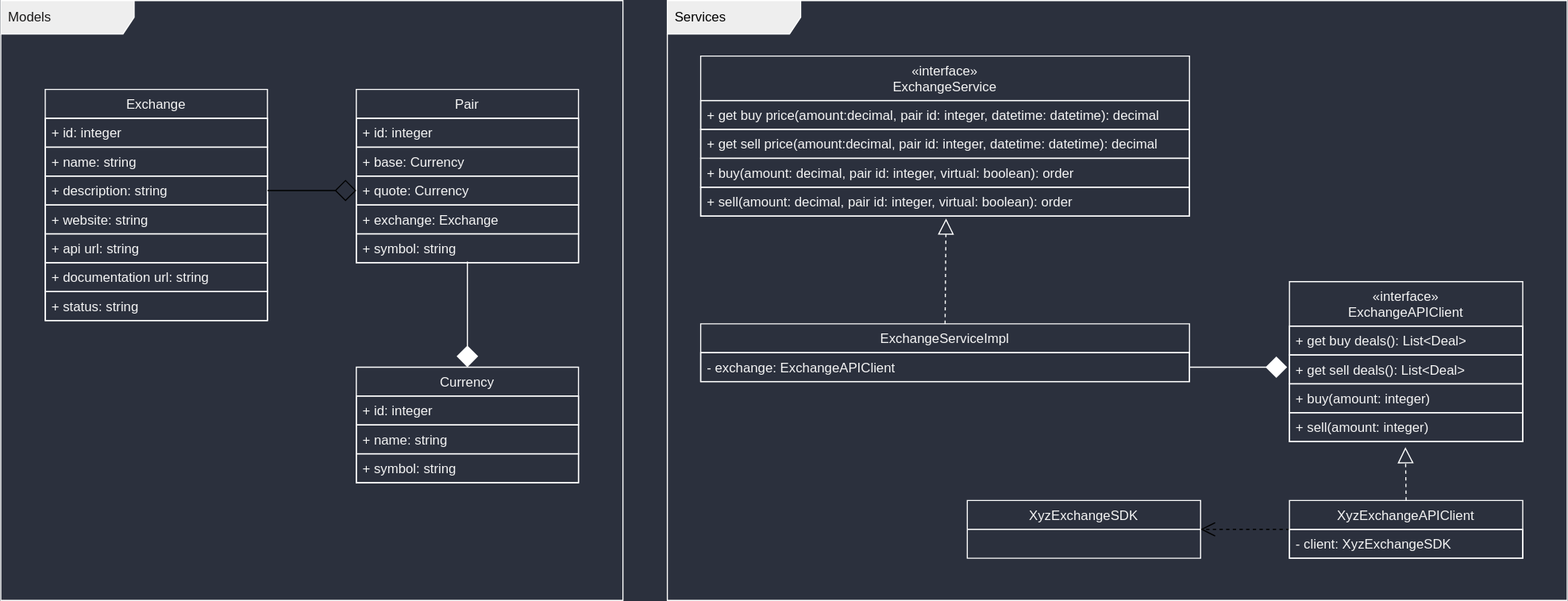
The draw.io diagram docs/design.drawio.svg in prudentical/exchange-service, before a commit. Source tidied: cells renumbered, new cells last; positions are measured from the earlier drawing's top-left corner, leaving out a move shared by most shapes.
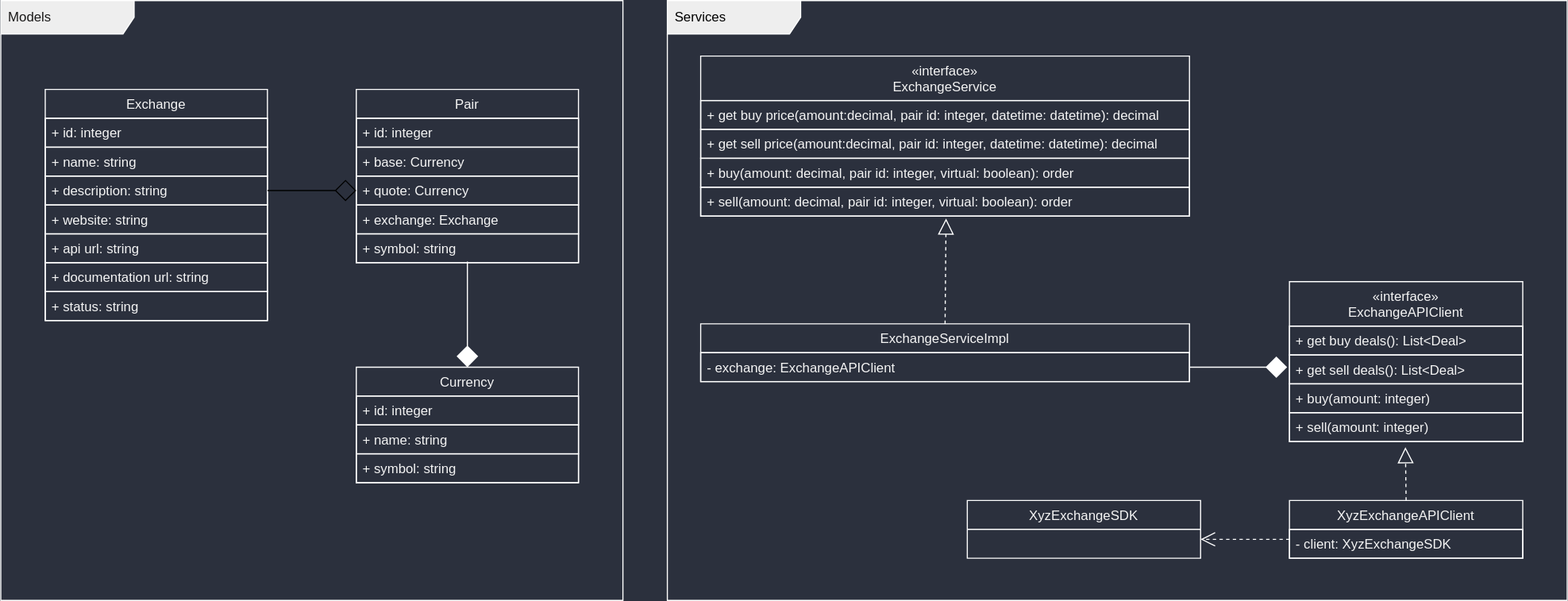
The same file after the commit.

Commit message:
Minor fix in design diagram

What changed in the source:
```diff
@@ -116,8 +116,11 @@
     <mxCell id="37" style="endArrow=diamond;endFill=1;endSize=17;html=1;entryX=0.5;entryY=0;entryDx=0;entryDy=0;fontColor=#f5f5f5;strokeColor=#FFFFFF;exitX=0.5;exitY=0.962;exitDx=0;exitDy=0;exitPerimeter=0;startArrow=none;startFill=0;startSize=17;" parent="1" edge="1" source="36" target="27">
       <mxGeometry relative="1" as="geometry" />
     </mxCell>
-    <mxCell id="38" style="edgeStyle=none;html=1;dashed=1;endArrow=open;endFill=0;endSize=11;" parent="1" edge="1" source="39" target="41">
-      <mxGeometry relative="1" as="geometry" />
+    <mxCell id="38" style="edgeStyle=none;html=1;dashed=1;endArrow=open;endFill=0;endSize=11;strokeColor=#FFFFFF;" parent="1" edge="1">
+      <mxGeometry relative="1" as="geometry">
+        <mxPoint x="1160" y="485" as="sourcePoint" />
+        <mxPoint x="1080" y="485" as="targetPoint" />
+      </mxGeometry>
     </mxCell>
     <mxCell id="39" value="XyzExchangeAPIClient" style="swimlane;fontStyle=0;horizontal=1;startSize=26;fillColor=none;fontColor=#f5f5f5;strokeColor=#FFFFFF;" parent="1" vertex="1">
       <mxGeometry x="1160" y="450" width="210" height="52" as="geometry" />
```
